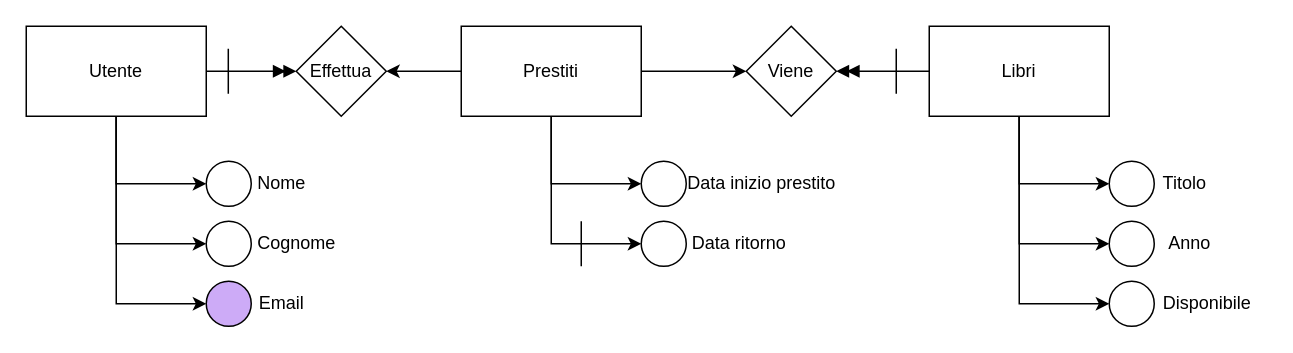
The draw.io diagram ProgettoDB01_PrestitoLibri/ER.drawio in DummyDammy/ProgettiAccademy, before the edit. Source tidied: cells renumbered, new cells numbered last; positions are measured from the earlier drawing's top-left corner, leaving out a move shared by most shapes. Both pictures are drawn from the tidied source at 150%, with x=0, y=0 at pixel (26, 26).
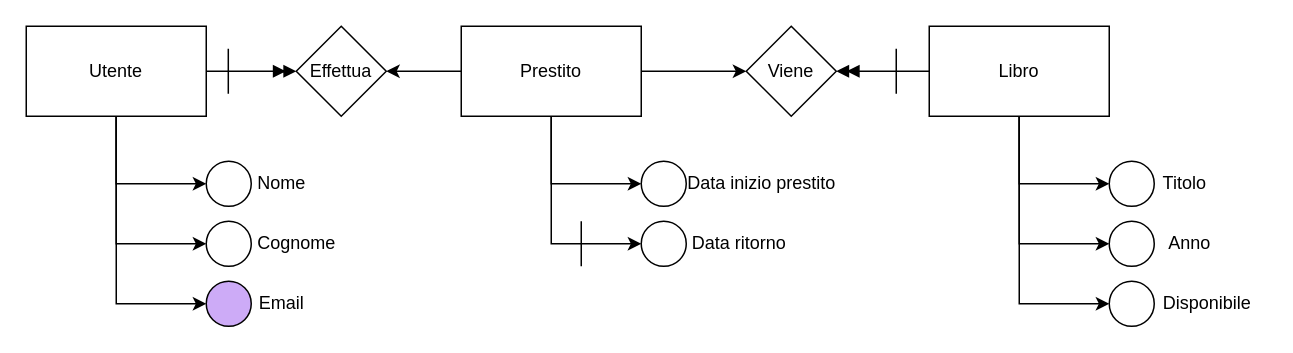
The same diagram, later.

The edit, as a diff of the source:
```diff
@@
-    <mxCell id="11" value="Libri" style="rounded=0;whiteSpace=wrap;html=1;" parent="1" vertex="1">
+    <mxCell id="11" value="Libro" style="rounded=0;whiteSpace=wrap;html=1;" parent="1" vertex="1">
       <mxGeometry x="602" width="120" height="60" as="geometry" />
     </mxCell>
@@
-    <mxCell id="16" value="Prestiti" style="rounded=0;whiteSpace=wrap;html=1;" parent="1" vertex="1">
+    <mxCell id="16" value="Prestito" style="rounded=0;whiteSpace=wrap;html=1;" parent="1" vertex="1">
       <mxGeometry x="290" width="120" height="60" as="geometry" />
     </mxCell>
```
